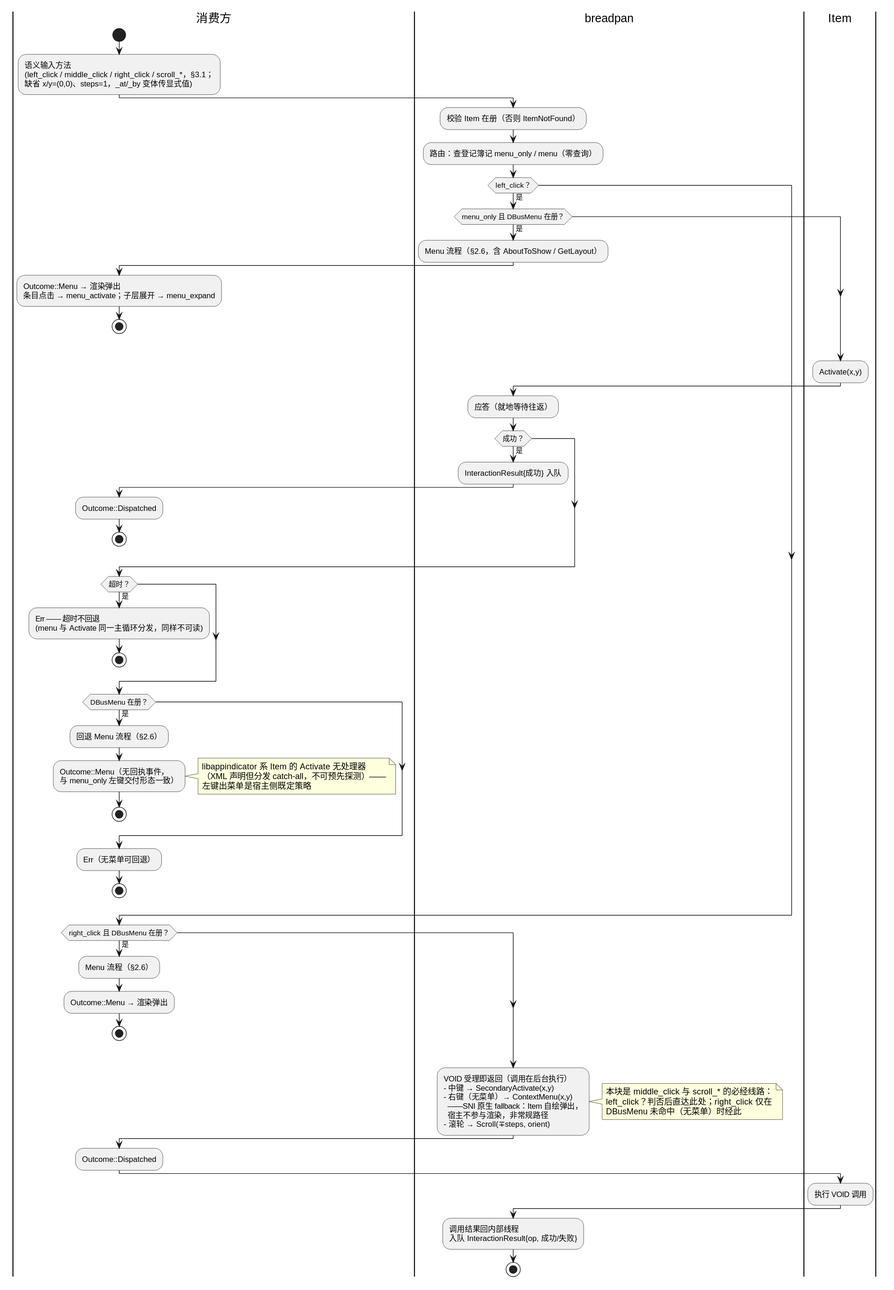
54m43lJ/BreadKnife keeps this PlantUML diagram as diagram/breadpan-input-routing.svg. Above is the earlier version.
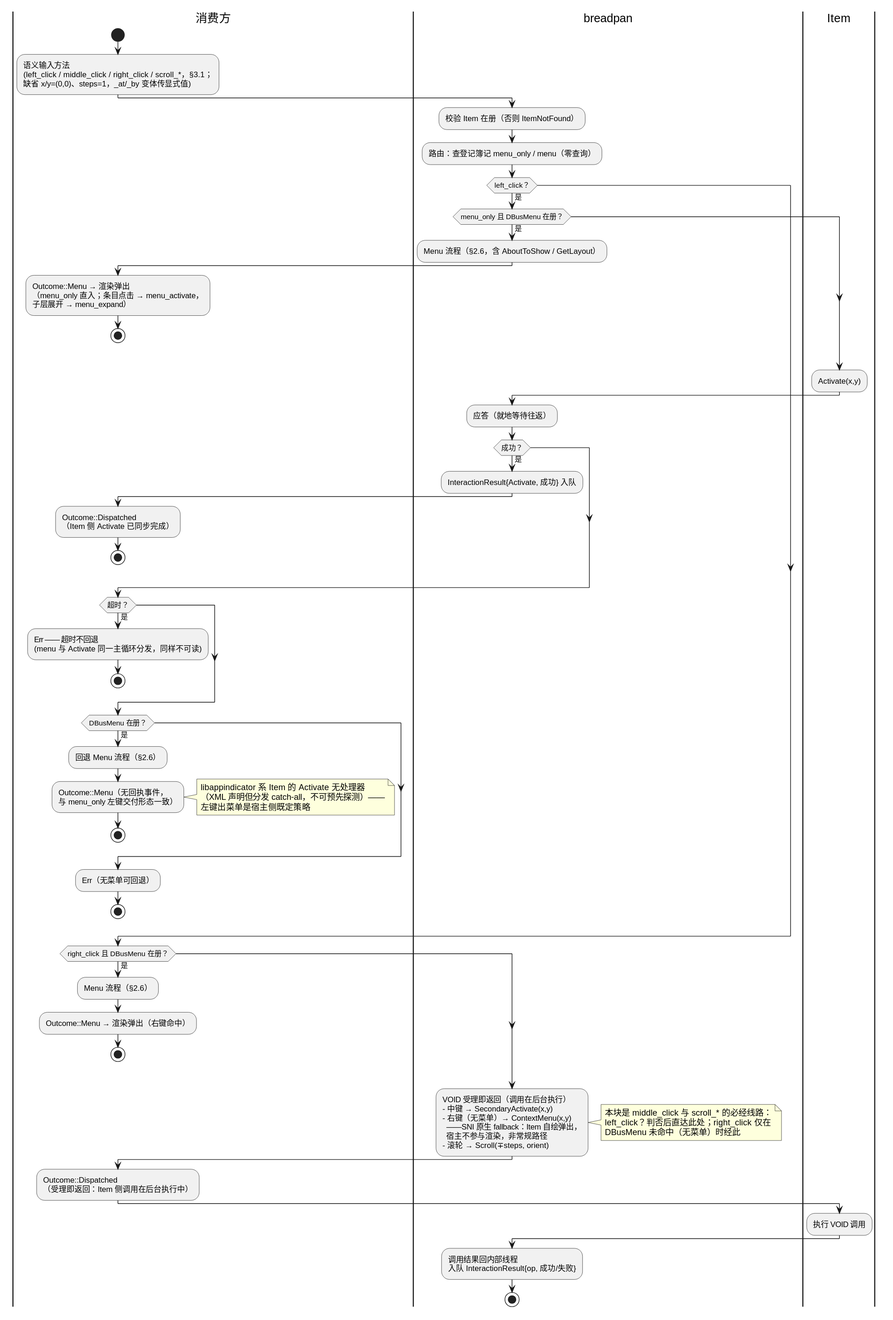
Later version of the same file.

Commit message:
docs(diagram): §2.7 三处 Outcome::Menu 补路径来源括注

menu_only 直入 / Activate 失败回退（已有无回执注记）/ 右键命中
各自标明到达路径，与 Dispatched 的消歧方式一致

The edit, as a diff of the source:
```diff
@@ -12,7 +12,8 @@
     :Menu 流程（§2.6，含 AboutToShow / GetLayout）;
     |消费方|
     :Outcome::Menu → 渲染弹出
-    条目点击 → menu_activate；子层展开 → menu_expand;
+    （menu_only 直入；条目点击 → menu_activate，
+    子层展开 → menu_expand）;
     stop
   endif
   |Item|
@@ -20,9 +21,10 @@
   |breadpan|
   :应答（就地等待往返）;
   if (成功？) then (是)
-    :InteractionResult{成功} 入队;
+    :InteractionResult{Activate, 成功} 入队;
     |消费方|
-    :Outcome::Dispatched;
+    :Outcome::Dispatched
+    （Item 侧 Activate 已同步完成）;
     stop
   endif
   if (超时？) then (是)
@@ -50,7 +52,7 @@
 if (right_click 且 DBusMenu 在册？) then (是)
   :Menu 流程（§2.6）;
   |消费方|
-  :Outcome::Menu → 渲染弹出;
+  :Outcome::Menu → 渲染弹出（右键命中）;
   stop
 endif
 |breadpan|
@@ -66,7 +68,8 @@
   DBusMenu 未命中（无菜单）时经此
 end note
 |消费方|
-:Outcome::Dispatched;
+:Outcome::Dispatched
+（受理即返回：Item 侧调用在后台执行中）;
 |Item|
 :执行 VOID 调用;
 |breadpan|
```
